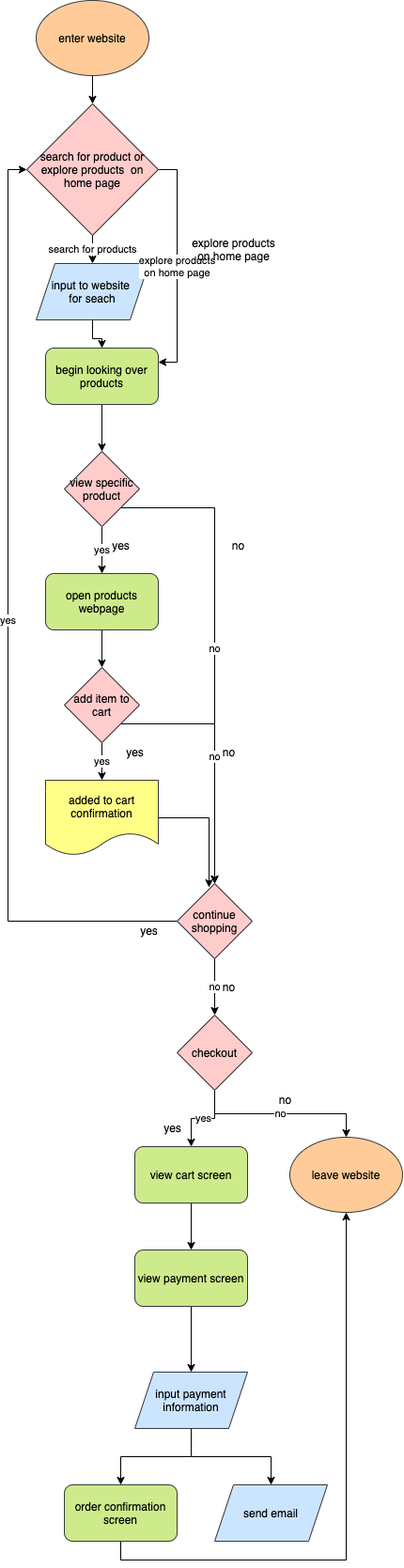
Earlier version of the draw.io export part2/part2.drawio.png (saradoron/sp21-cse110-lab4). Source tidied: cells renumbered, new cells last; positions are measured from the earlier drawing's top-left corner, leaving out a move shared by most shapes.
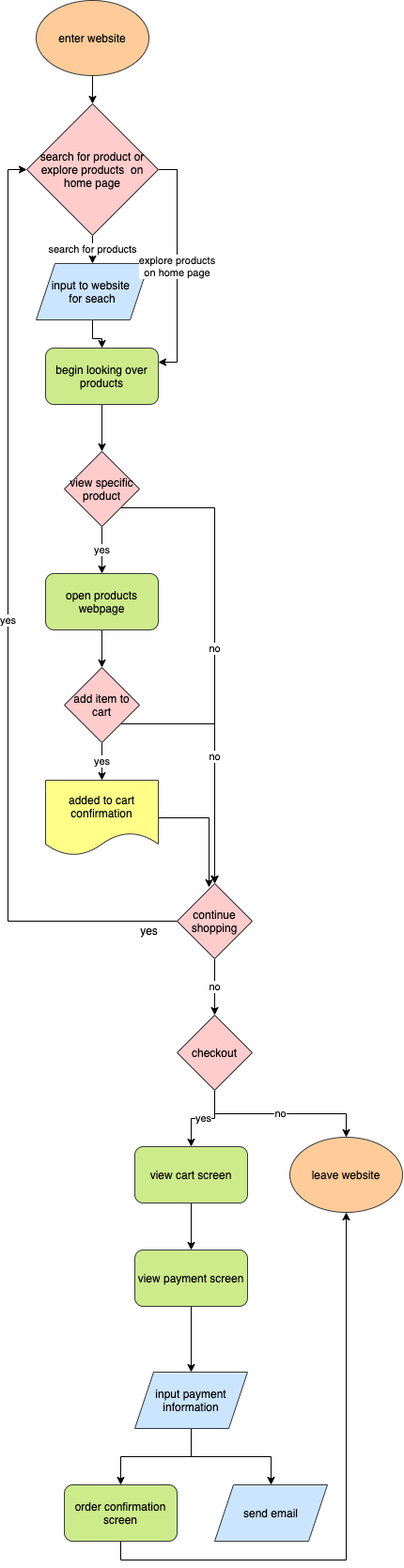
Later version of the same file.

Commit message:
fixed arrow labels

What changed in the source:
```diff
@@ -53,24 +53,12 @@
     <mxCell id="18" value="&lt;font color=&quot;#000000&quot;&gt;continue shopping&lt;/font&gt;" style="rhombus;whiteSpace=wrap;html=1;fillColor=#ffcccc;strokeColor=#36393d;" parent="1" vertex="1">
       <mxGeometry x="160" y="940" width="80" height="80" as="geometry" />
     </mxCell>
-    <mxCell id="19" value="yes" style="text;html=1;align=center;verticalAlign=middle;fillColor=none;strokeColor=none;rounded=0;fontColor=#000000;" parent="1" vertex="1">
-      <mxGeometry x="85" y="570" width="30" height="20" as="geometry" />
-    </mxCell>
-    <mxCell id="20" value="yes" style="text;html=1;align=center;verticalAlign=middle;fillColor=none;strokeColor=none;rounded=0;fontColor=#000000;" parent="1" vertex="1">
-      <mxGeometry x="100" y="790" width="30" height="20" as="geometry" />
-    </mxCell>
-    <mxCell id="21" value="no" style="text;html=1;align=center;verticalAlign=middle;fillColor=none;strokeColor=none;rounded=0;fontColor=#000000;" parent="1" vertex="1">
-      <mxGeometry x="200" y="790" width="30" height="20" as="geometry" />
-    </mxCell>
     <mxCell id="22" style="edgeStyle=orthogonalEdgeStyle;rounded=0;jettySize=auto;html=1;exitX=0.5;exitY=1;exitDx=0;exitDy=0;entryX=0.5;entryY=0;entryDx=0;entryDy=0;fontColor=#000000;" parent="1" edge="1" source="23" target="13">
       <mxGeometry relative="1" as="geometry" />
     </mxCell>
     <mxCell id="23" value="open products webpage" style="rounded=1;whiteSpace=wrap;html=1;fillColor=#cdeb8b;strokeColor=#36393d;fontColor=#000000;" parent="1" vertex="1">
       <mxGeometry x="20" y="610" width="120" height="60" as="geometry" />
     </mxCell>
-    <mxCell id="24" value="no" style="text;html=1;align=center;verticalAlign=middle;fillColor=none;strokeColor=none;rounded=0;fontColor=#000000;" parent="1" vertex="1">
-      <mxGeometry x="210" y="570" width="30" height="20" as="geometry" />
-    </mxCell>
     <mxCell id="25" value="yes" style="text;html=1;align=center;verticalAlign=middle;fillColor=none;strokeColor=none;rounded=0;fontColor=#000000;" parent="1" vertex="1">
       <mxGeometry x="115" y="980" width="30" height="20" as="geometry" />
     </mxCell>
@@ -83,24 +71,15 @@
     <mxCell id="28" value="checkout" style="rhombus;whiteSpace=wrap;html=1;fillColor=#ffcccc;strokeColor=#36393d;fontColor=#000000;" parent="1" vertex="1">
       <mxGeometry x="160" y="1080" width="80" height="80" as="geometry" />
     </mxCell>
-    <mxCell id="29" value="no" style="text;html=1;align=center;verticalAlign=middle;fillColor=none;strokeColor=none;rounded=0;fontColor=#000000;" parent="1" vertex="1">
-      <mxGeometry x="200" y="1040" width="30" height="20" as="geometry" />
-    </mxCell>
     <mxCell id="30" value="leave website" style="ellipse;whiteSpace=wrap;html=1;fillColor=#ffcc99;strokeColor=#36393d;fontColor=#000000;" parent="1" vertex="1">
       <mxGeometry x="280" y="1210" width="120" height="80" as="geometry" />
     </mxCell>
-    <mxCell id="31" value="no" style="text;html=1;align=center;verticalAlign=middle;fillColor=none;strokeColor=none;rounded=0;fontColor=#000000;" parent="1" vertex="1">
-      <mxGeometry x="260" y="1160" width="30" height="20" as="geometry" />
-    </mxCell>
     <mxCell id="32" style="edgeStyle=orthogonalEdgeStyle;rounded=0;jettySize=auto;html=1;exitX=0.5;exitY=1;exitDx=0;exitDy=0;fontColor=#000000;" parent="1" edge="1" source="33" target="36">
       <mxGeometry relative="1" as="geometry" />
     </mxCell>
     <mxCell id="33" value="view cart screen" style="rounded=1;whiteSpace=wrap;html=1;fillColor=#cdeb8b;strokeColor=#36393d;fontColor=#000000;" parent="1" vertex="1">
       <mxGeometry x="115" y="1220" width="120" height="60" as="geometry" />
     </mxCell>
-    <mxCell id="34" value="yes" style="text;html=1;align=center;verticalAlign=middle;fillColor=none;strokeColor=none;rounded=0;fontColor=#000000;" parent="1" vertex="1">
-      <mxGeometry x="140" y="1190" width="30" height="20" as="geometry" />
-    </mxCell>
     <mxCell id="35" style="edgeStyle=orthogonalEdgeStyle;rounded=0;jettySize=auto;html=1;exitX=0.5;exitY=1;exitDx=0;exitDy=0;entryX=0.5;entryY=0;entryDx=0;entryDy=0;fontColor=#000000;" parent="1" edge="1" source="36" target="39">
       <mxGeometry relative="1" as="geometry" />
     </mxCell>
@@ -134,8 +113,5 @@
     <mxCell id="45" value="search for product or explore products&amp;nbsp; on home page" style="rhombus;whiteSpace=wrap;html=1;fillColor=#ffcccc;strokeColor=#36393d;fontColor=#000000;" parent="1" vertex="1">
       <mxGeometry y="110" width="140" height="140" as="geometry" />
     </mxCell>
-    <mxCell id="46" value="explore products&lt;br&gt;on home page" style="text;html=1;align=center;verticalAlign=middle;fillColor=none;strokeColor=none;rounded=0;fontColor=#000000;" parent="1" vertex="1">
-      <mxGeometry x="170" y="250" width="100" height="30" as="geometry" />
-    </mxCell>
   </root>
 </mxGraphModel>
```
